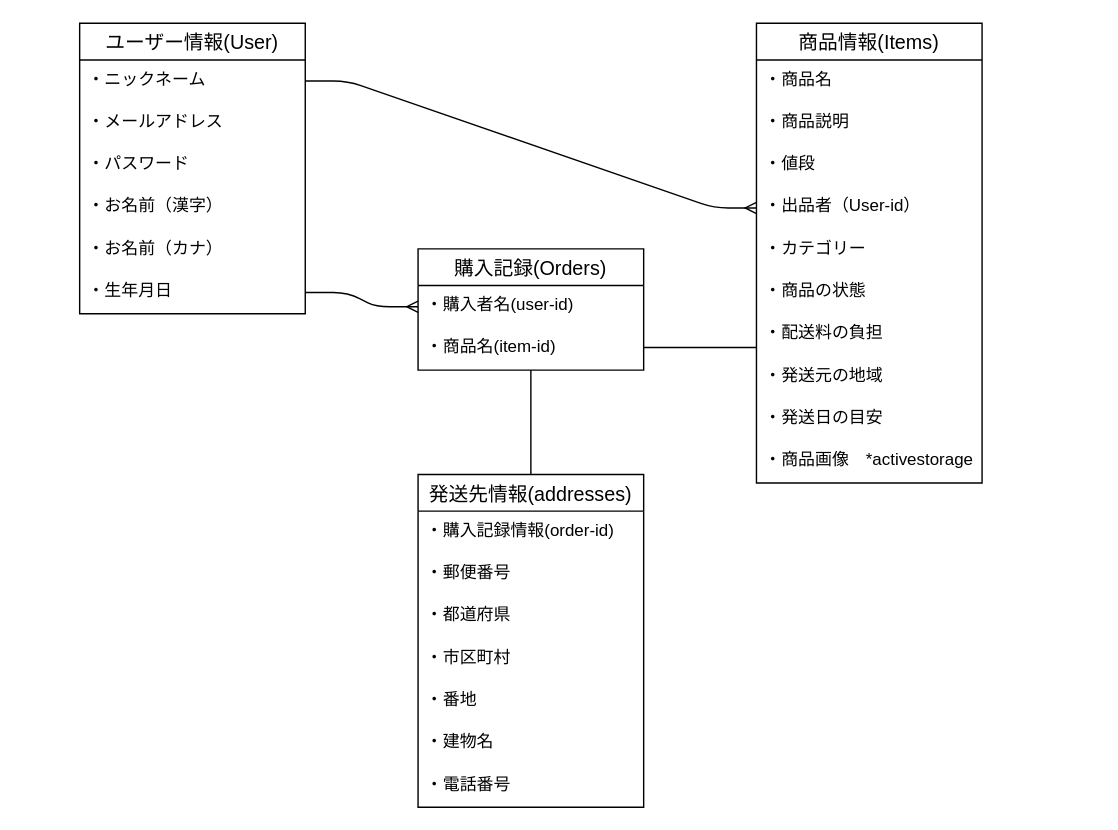
Above: app/test.dio in matsuda0513/furima-41038 (draw.io), before the change. Source tidied: cells renumbered, new cells numbered last; positions are measured from the earlier drawing's top-left corner, leaving out a move shared by most shapes. Both pictures are drawn from the tidied source at 141%, with x=0, y=0 at pixel (79, 23).
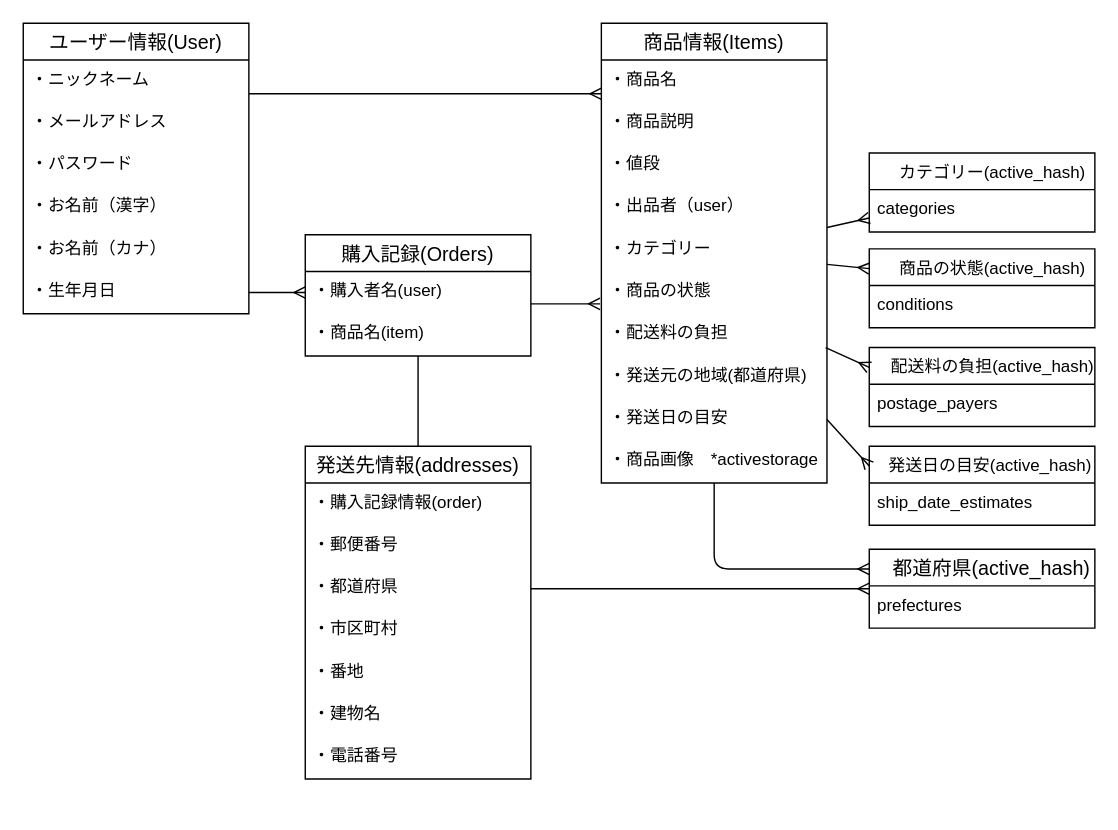
Above is the later version.

Commit message (it also covers changes not shown here):
プルリク指摘の対応

The change refers to these unchanged cells:
```xml
<mxCell id="6" value="・ニックネーム" style="text;strokeColor=none;fillColor=none;spacingLeft=4;spacingRight=4;overflow=hidden;points=[[0,0.5],[1,0.5]];portConstraint=eastwest;fontSize=12;" parent="5" vertex="1">
  <mxGeometry y="26" width="160" height="30" as="geometry" />
</mxCell>
<mxCell id="13" value="・商品名" style="text;strokeColor=none;fillColor=none;spacingLeft=4;spacingRight=4;overflow=hidden;points=[[0,0.5],[1,0.5]];portConstraint=eastwest;fontSize=12;" parent="12" vertex="1">
  <mxGeometry y="26" width="160" height="30" as="geometry" />
</mxCell>
<mxCell id="18" value="・商品の状態" style="text;strokeColor=none;fillColor=none;spacingLeft=4;spacingRight=4;overflow=hidden;points=[[0,0.5],[1,0.5]];portConstraint=eastwest;fontSize=12;" parent="12" vertex="1">
  <mxGeometry y="176" width="160" height="30" as="geometry" />
</mxCell>
<mxCell id="19" value="・配送料の負担" style="text;strokeColor=none;fillColor=none;spacingLeft=4;spacingRight=4;overflow=hidden;points=[[0,0.5],[1,0.5]];portConstraint=eastwest;fontSize=12;" parent="12" vertex="1">
  <mxGeometry y="206" width="160" height="30" as="geometry" />
</mxCell>
<mxCell id="22" value="・発送日の目安" style="text;strokeColor=none;fillColor=none;spacingLeft=4;spacingRight=4;overflow=hidden;points=[[0,0.5],[1,0.5]];portConstraint=eastwest;fontSize=12;" parent="12" vertex="1">
  <mxGeometry y="266" width="160" height="30" as="geometry" />
</mxCell>
<mxCell id="27" value="・都道府県" style="text;strokeColor=none;fillColor=none;spacingLeft=4;spacingRight=4;overflow=hidden;points=[[0,0.5],[1,0.5]];portConstraint=eastwest;fontSize=12;" parent="24" vertex="1">
  <mxGeometry y="86" width="160" height="30" as="geometry" />
</mxCell>
```

What changed in the source:
```diff
@@
     <mxCell id="2" value="購入記録(Orders)" style="swimlane;fontStyle=0;horizontal=1;startSize=26;align=center;fontSize=14;" parent="1" vertex="1">
-      <mxGeometry x="240" y="160" width="160" height="86" as="geometry" />
+      <mxGeometry x="160" y="150" width="160" height="86" as="geometry" />
     </mxCell>
-    <mxCell id="3" value="・購入者名(user-id)" style="text;strokeColor=none;fillColor=none;spacingLeft=4;spacingRight=4;overflow=hidden;points=[[0,0.5],[1,0.5]];portConstraint=eastwest;fontSize=12;" parent="2" vertex="1">
+    <mxCell id="3" value="・購入者名(user)" style="text;strokeColor=none;fillColor=none;spacingLeft=4;spacingRight=4;overflow=hidden;points=[[0,0.5],[1,0.5]];portConstraint=eastwest;fontSize=12;" parent="2" vertex="1">
       <mxGeometry y="26" width="160" height="30" as="geometry" />
     </mxCell>
-    <mxCell id="4" value="・商品名(item-id)" style="text;strokeColor=none;fillColor=none;spacingLeft=4;spacingRight=4;overflow=hidden;fontSize=12;" parent="2" vertex="1">
+    <mxCell id="4" value="・商品名(item)" style="text;strokeColor=none;fillColor=none;spacingLeft=4;spacingRight=4;overflow=hidden;fontSize=12;" parent="2" vertex="1">
       <mxGeometry y="56" width="160" height="30" as="geometry" />
     </mxCell>
     <mxCell id="5" value="ユーザー情報(User)" style="swimlane;fontStyle=0;horizontal=1;startSize=26;align=center;fontSize=14;" parent="1" vertex="1">
-      <mxGeometry width="160" height="206" as="geometry" />
+      <mxGeometry x="-40" width="160" height="206" as="geometry" />
     </mxCell>
@@
     <mxCell id="12" value="商品情報(Items)" style="swimlane;fontStyle=0;horizontal=1;startSize=26;align=center;fontSize=14;" parent="1" vertex="1">
-      <mxGeometry x="480" width="160" height="326" as="geometry" />
+      <mxGeometry x="370" width="160" height="326" as="geometry" />
     </mxCell>
@@
-    <mxCell id="16" value="・出品者（User-id）" style="text;strokeColor=none;fillColor=none;spacingLeft=4;spacingRight=4;overflow=hidden;points=[[0,0.5],[1,0.5]];portConstraint=eastwest;fontSize=12;" parent="12" vertex="1">
+    <mxCell id="16" value="・出品者（user）" style="text;strokeColor=none;fillColor=none;spacingLeft=4;spacingRight=4;overflow=hidden;points=[[0,0.5],[1,0.5]];portConstraint=eastwest;fontSize=12;" parent="12" vertex="1">
       <mxGeometry y="116" width="160" height="30" as="geometry" />
     </mxCell>
@@
-    <mxCell id="20" value="・発送元の地域" style="text;strokeColor=none;fillColor=none;spacingLeft=4;spacingRight=4;overflow=hidden;fontSize=12;" parent="12" vertex="1">
+    <mxCell id="20" value="・発送元の地域(都道府県)" style="text;strokeColor=none;fillColor=none;spacingLeft=4;spacingRight=4;overflow=hidden;fontSize=12;" parent="12" vertex="1">
       <mxGeometry y="236" width="160" height="30" as="geometry" />
     </mxCell>
-    <mxCell id="21" style="endArrow=none;html=1;rounded=0;" parent="12" edge="1">
-      <mxGeometry relative="1" as="geometry">
-        <mxPoint x="-80" y="230" as="sourcePoint" />
-        <mxPoint y="230" as="targetPoint" />
-      </mxGeometry>
-    </mxCell>
@@
     <mxCell id="24" value="発送先情報(addresses)" style="swimlane;fontStyle=0;horizontal=1;startSize=26;align=center;fontSize=14;" parent="1" vertex="1">
-      <mxGeometry x="240" y="320" width="160" height="236" as="geometry" />
+      <mxGeometry x="160" y="300" width="160" height="236" as="geometry" />
     </mxCell>
-    <mxCell id="25" value="・購入記録情報(order-id)" style="text;strokeColor=none;fillColor=none;spacingLeft=4;spacingRight=4;overflow=hidden;fontSize=12;" parent="24" vertex="1">
+    <mxCell id="25" value="・購入記録情報(order)" style="text;strokeColor=none;fillColor=none;spacingLeft=4;spacingRight=4;overflow=hidden;fontSize=12;" parent="24" vertex="1">
       <mxGeometry y="26" width="160" height="30" as="geometry" />
     </mxCell>
@@
-    <mxCell id="32" style="edgeStyle=entityRelationEdgeStyle;fontSize=12;html=1;endArrow=ERmany;exitX=1;exitY=0.5;exitDx=0;exitDy=0;entryX=0;entryY=0.5;entryDx=0;entryDy=0;" parent="1" edge="1" source="6" target="16">
-      <mxGeometry relative="1" as="geometry" />
-    </mxCell>
@@
+    <mxCell id="35" value="　 カテゴリー(active_hash)" style="swimlane;fontStyle=0;horizontal=1;startSize=26;align=center;fontSize=12;" parent="1" vertex="1">
+      <mxGeometry x="560" y="92" width="160" height="56" as="geometry" />
+    </mxCell>
+    <mxCell id="36" value="categories" style="text;strokeColor=none;fillColor=none;spacingLeft=4;spacingRight=4;overflow=hidden;fontSize=12;" parent="35" vertex="1">
+      <mxGeometry y="26" width="160" height="30" as="geometry" />
+    </mxCell>
+    <mxCell id="37" value="　都道府県(active_hash)" style="swimlane;fontStyle=0;horizontal=1;startSize=26;align=center;fontSize=14;" parent="1" vertex="1">
+      <mxGeometry x="560" y="373" width="160" height="56" as="geometry" />
+    </mxCell>
+    <mxCell id="38" value="prefectures" style="text;strokeColor=none;fillColor=none;spacingLeft=4;spacingRight=4;overflow=hidden;fontSize=12;" parent="37" vertex="1">
+      <mxGeometry y="26" width="160" height="30" as="geometry" />
+    </mxCell>
+    <mxCell id="39" value="　 商品の状態(active_hash)" style="swimlane;fontStyle=0;horizontal=1;startSize=26;align=center;fontSize=12;" parent="1" vertex="1">
+      <mxGeometry x="560" y="160" width="160" height="56" as="geometry" />
+    </mxCell>
+    <mxCell id="40" value="conditions" style="text;strokeColor=none;fillColor=none;spacingLeft=4;spacingRight=4;overflow=hidden;fontSize=12;" parent="39" vertex="1">
+      <mxGeometry y="26" width="160" height="30" as="geometry" />
+    </mxCell>
+    <mxCell id="41" value="　 配送料の負担(active_hash)" style="swimlane;fontStyle=0;horizontal=1;startSize=26;align=center;fontSize=12;" parent="1" vertex="1">
+      <mxGeometry x="560" y="230" width="160" height="56" as="geometry" />
+    </mxCell>
+    <mxCell id="42" value="postage_payers" style="text;strokeColor=none;fillColor=none;spacingLeft=4;spacingRight=4;overflow=hidden;fontSize=12;" parent="41" vertex="1">
+      <mxGeometry y="26" width="160" height="30" as="geometry" />
+    </mxCell>
+    <mxCell id="43" value="　発送日の目安(active_hash)" style="swimlane;fontStyle=0;horizontal=1;startSize=26;align=center;fontSize=12;" parent="1" vertex="1">
+      <mxGeometry x="560" y="300" width="160" height="56" as="geometry" />
+    </mxCell>
+    <mxCell id="44" value="ship_date_estimates" style="text;strokeColor=none;fillColor=none;spacingLeft=4;spacingRight=4;overflow=hidden;fontSize=12;" parent="43" vertex="1">
+      <mxGeometry y="26" width="160" height="30" as="geometry" />
+    </mxCell>
+    <mxCell id="45" style="edgeStyle=none;html=1;fontSize=12;entryX=-0.006;entryY=0.767;entryDx=0;entryDy=0;entryPerimeter=0;endArrow=ERmany;endFill=0;" parent="1" edge="1" target="18">
+      <mxGeometry relative="1" as="geometry">
+        <mxPoint x="320" y="199" as="sourcePoint" />
+      </mxGeometry>
+    </mxCell>
+    <mxCell id="46" style="edgeStyle=none;html=1;fontSize=12;entryX=0;entryY=0.8;entryDx=0;entryDy=0;entryPerimeter=0;endArrow=ERmany;endFill=0;" parent="1" edge="1" target="13">
+      <mxGeometry relative="1" as="geometry">
+        <mxPoint x="120" y="50" as="sourcePoint" />
+      </mxGeometry>
+    </mxCell>
+    <mxCell id="47" style="edgeStyle=none;html=1;fontSize=12;endArrow=ERmany;endFill=0;" parent="1" edge="1" source="12" target="35">
+      <mxGeometry relative="1" as="geometry" />
+    </mxCell>
+    <mxCell id="48" style="edgeStyle=none;html=1;fontSize=12;endArrow=ERmany;endFill=0;entryX=0;entryY=0.25;entryDx=0;entryDy=0;" parent="1" edge="1" source="12" target="39">
+      <mxGeometry relative="1" as="geometry" />
+    </mxCell>
+    <mxCell id="49" style="edgeStyle=none;html=1;fontSize=12;endArrow=ERmany;endFill=0;entryX=0;entryY=0.25;entryDx=0;entryDy=0;exitX=0.994;exitY=0.8;exitDx=0;exitDy=0;exitPerimeter=0;" parent="1" edge="1" source="19" target="41">
+      <mxGeometry relative="1" as="geometry" />
+    </mxCell>
+    <mxCell id="50" style="edgeStyle=none;html=1;fontSize=12;endArrow=ERmany;endFill=0;entryX=0;entryY=0.25;entryDx=0;entryDy=0;" parent="1" edge="1" source="12" target="37">
+      <mxGeometry relative="1" as="geometry">
+        <Array as="points">
+          <mxPoint x="450" y="387" />
+        </Array>
+      </mxGeometry>
+    </mxCell>
+    <mxCell id="51" style="edgeStyle=none;html=1;fontSize=12;endArrow=ERmany;endFill=0;entryX=0;entryY=0.25;entryDx=0;entryDy=0;exitX=1;exitY=0.5;exitDx=0;exitDy=0;" parent="1" edge="1" source="22" target="43">
+      <mxGeometry relative="1" as="geometry" />
+    </mxCell>
+    <mxCell id="52" style="edgeStyle=none;html=1;fontSize=12;endArrow=ERmany;endFill=0;entryX=0;entryY=0.5;entryDx=0;entryDy=0;exitX=1;exitY=0.5;exitDx=0;exitDy=0;" parent="1" edge="1" source="27" target="37">
+      <mxGeometry relative="1" as="geometry" />
+    </mxCell>
```
